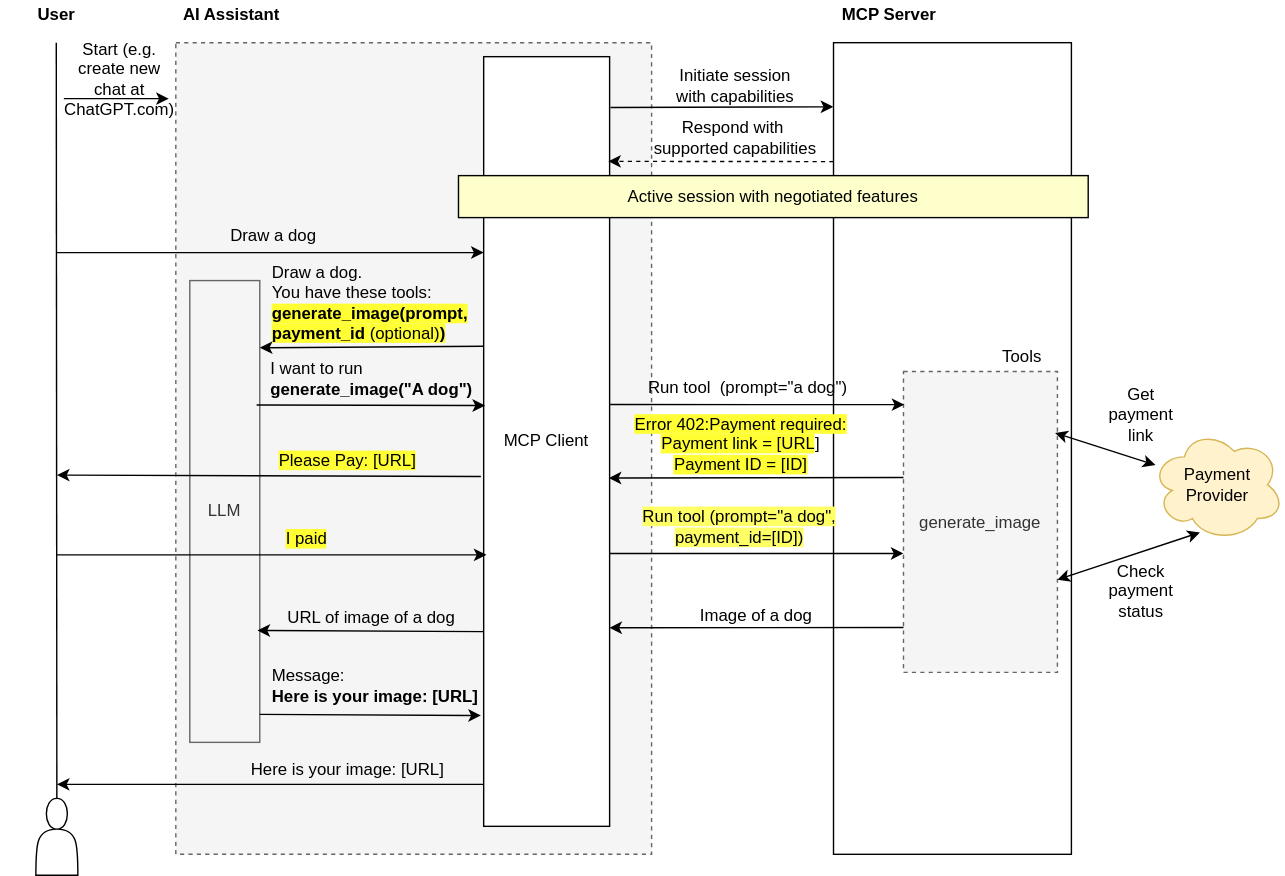
PayMCP/paymcp-docs keeps this draw.io diagram as static/diagrams/RESUBMIT.drawio.svg. Above is the earlier version. Source tidied: cells renumbered, new cells last; positions are measured from the earlier drawing's top-left corner, leaving out a move shared by most shapes.
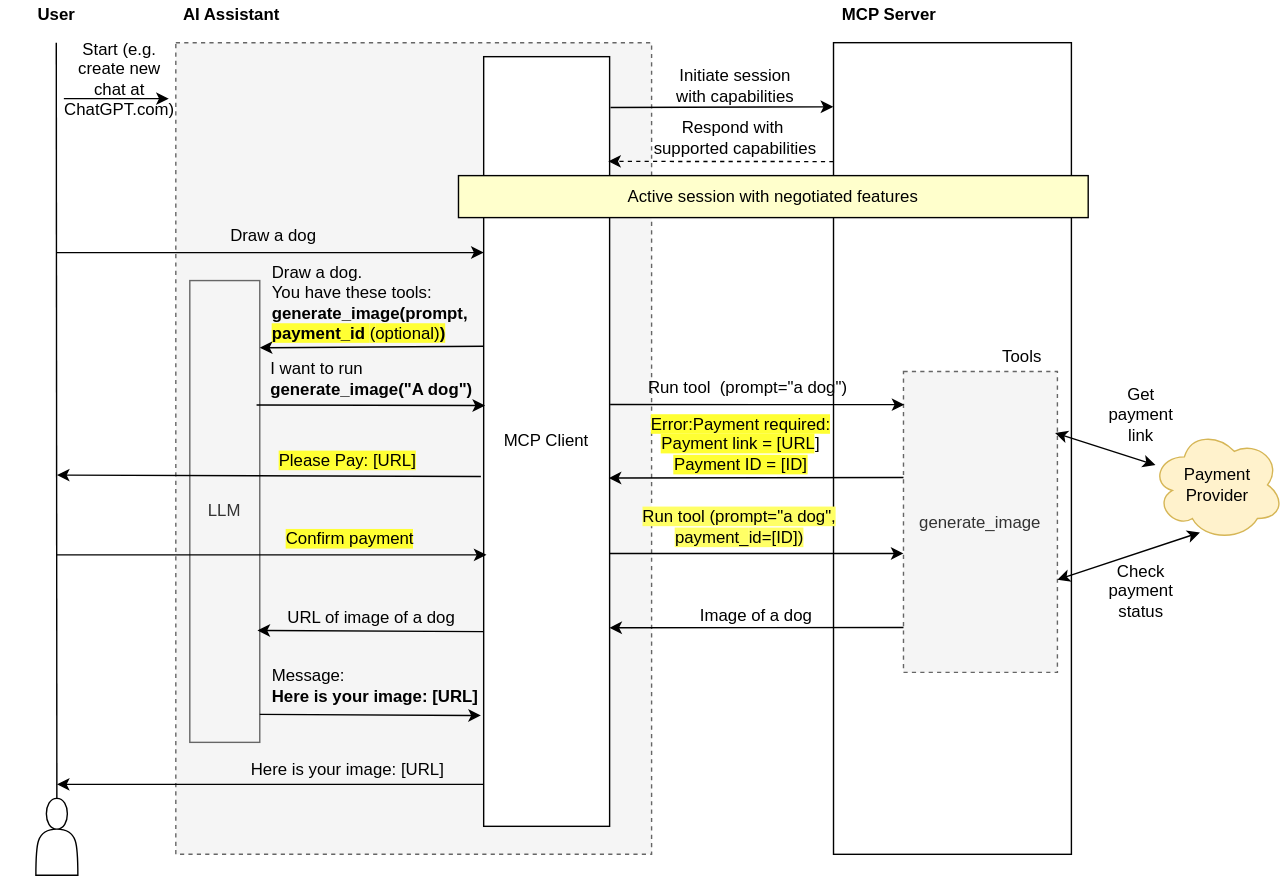
Above is the later version.

Change to the diagram source:
```diff
@@ -19,7 +19,7 @@
     <mxCell id="6" value="Draw a dog" style="text;strokeColor=none;align=center;fillColor=none;html=1;verticalAlign=middle;whiteSpace=wrap;rounded=0;" parent="1" vertex="1">
       <mxGeometry x="155" y="163" width="80" height="10" as="geometry" />
     </mxCell>
-    <mxCell id="7" value="Draw a dog.&amp;nbsp;&lt;div&gt;You have these tools:&amp;nbsp;&lt;/div&gt;&lt;div&gt;&lt;b style=&quot;background-color: rgb(255, 255, 51);&quot;&gt;generate_image(prompt, payment_id &lt;/b&gt;&lt;span style=&quot;background-color: rgb(255, 255, 51);&quot;&gt;(&lt;/span&gt;&lt;span style=&quot;background-color: rgb(255, 255, 51);&quot;&gt;optional&lt;/span&gt;&lt;span style=&quot;background-color: rgb(255, 255, 51);&quot;&gt;)&lt;/span&gt;&lt;b style=&quot;background-color: rgb(255, 255, 51);&quot;&gt;)&lt;/b&gt;&lt;/div&gt;" style="text;strokeColor=none;align=left;fillColor=none;html=1;verticalAlign=middle;whiteSpace=wrap;rounded=0;" parent="1" vertex="1">
+    <mxCell id="7" value="Draw a dog.&amp;nbsp;&lt;div&gt;You have these tools:&amp;nbsp;&lt;/div&gt;&lt;div&gt;&lt;b&gt;generate_image(prompt,&lt;/b&gt;&lt;b style=&quot;background-color: rgb(255, 255, 51);&quot;&gt; payment_id &lt;/b&gt;&lt;span style=&quot;background-color: rgb(255, 255, 51);&quot;&gt;(&lt;/span&gt;&lt;span style=&quot;background-color: rgb(255, 255, 51);&quot;&gt;optional&lt;/span&gt;&lt;span style=&quot;background-color: rgb(255, 255, 51);&quot;&gt;)&lt;/span&gt;&lt;b style=&quot;background-color: rgb(255, 255, 51);&quot;&gt;)&lt;/b&gt;&lt;/div&gt;" style="text;strokeColor=none;align=left;fillColor=none;html=1;verticalAlign=middle;whiteSpace=wrap;rounded=0;" parent="1" vertex="1">
       <mxGeometry x="192" y="206" width="160" height="20" as="geometry" />
     </mxCell>
     <mxCell id="8" value="I want to run&lt;div&gt;&lt;b&gt;generate_image(&quot;A dog&quot;)&lt;/b&gt;&amp;nbsp;&lt;/div&gt;" style="text;strokeColor=none;align=left;fillColor=none;html=1;verticalAlign=middle;whiteSpace=wrap;rounded=0;" parent="1" vertex="1">
@@ -89,7 +89,7 @@
         <mxPoint x="434.4" y="341.1" as="targetPoint" />
       </mxGeometry>
     </mxCell>
-    <mxCell id="25" value="&lt;span style=&quot;background-color: rgb(255, 255, 51);&quot;&gt;Error 402:Payment required:&lt;/span&gt;&lt;div&gt;&lt;span style=&quot;background-color: rgb(255, 255, 51);&quot;&gt;Payment link = [URL&lt;/span&gt;&lt;span style=&quot;background-color: light-dark(#ffffff, var(--ge-dark-color, #121212));&quot;&gt;]&lt;/span&gt;&lt;/div&gt;&lt;div&gt;&lt;span style=&quot;background-color: rgb(255, 255, 51);&quot;&gt;Payment ID = [&lt;span&gt;ID&lt;/span&gt;]&lt;/span&gt;&lt;/div&gt;" style="text;strokeColor=none;align=center;fillColor=none;html=1;verticalAlign=middle;whiteSpace=wrap;rounded=0;" parent="1" vertex="1">
+    <mxCell id="25" value="&lt;span style=&quot;background-color: rgb(255, 255, 51);&quot;&gt;Error:Payment required:&lt;/span&gt;&lt;div&gt;&lt;span style=&quot;background-color: rgb(255, 255, 51);&quot;&gt;Payment link = [URL&lt;/span&gt;&lt;span style=&quot;background-color: light-dark(#ffffff, var(--ge-dark-color, #121212));&quot;&gt;]&lt;/span&gt;&lt;/div&gt;&lt;div&gt;&lt;span style=&quot;background-color: rgb(255, 255, 51);&quot;&gt;Payment ID = [&lt;span&gt;ID&lt;/span&gt;]&lt;/span&gt;&lt;/div&gt;" style="text;strokeColor=none;align=center;fillColor=none;html=1;verticalAlign=middle;whiteSpace=wrap;rounded=0;" parent="1" vertex="1">
       <mxGeometry x="448.6" y="293" width="160" height="47" as="geometry" />
     </mxCell>
     <mxCell id="26" value="URL of image of a dog" style="text;strokeColor=none;align=center;fillColor=none;html=1;verticalAlign=middle;whiteSpace=wrap;rounded=0;" parent="1" vertex="1">
@@ -128,7 +128,7 @@
         <mxPoint x="347" y="396" as="targetPoint" />
       </mxGeometry>
     </mxCell>
-    <mxCell id="34" value="&lt;span style=&quot;background-color: rgb(255, 255, 51);&quot;&gt;I paid&lt;/span&gt;" style="text;strokeColor=none;align=left;fillColor=none;html=1;verticalAlign=middle;whiteSpace=wrap;rounded=0;" parent="1" vertex="1">
+    <mxCell id="34" value="&lt;span style=&quot;background-color: rgb(255, 255, 51);&quot;&gt;Confirm payment&lt;/span&gt;" style="text;strokeColor=none;align=left;fillColor=none;html=1;verticalAlign=middle;whiteSpace=wrap;rounded=0;" parent="1" vertex="1">
       <mxGeometry x="202" y="375" width="150" height="20" as="geometry" />
     </mxCell>
     <mxCell id="35" value="&lt;span style=&quot;background-color: rgb(255, 255, 102);&quot;&gt;Run tool (prompt=&quot;a dog&quot;, payment_&lt;/span&gt;&lt;span style=&quot;background-color: rgb(255, 255, 102);&quot;&gt;id=[ID])&lt;/span&gt;" style="text;strokeColor=none;align=center;fillColor=none;html=1;verticalAlign=middle;whiteSpace=wrap;rounded=0;" parent="1" vertex="1">
```
